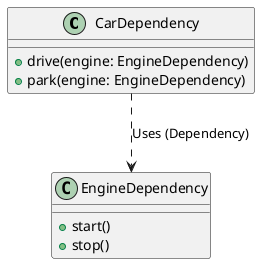
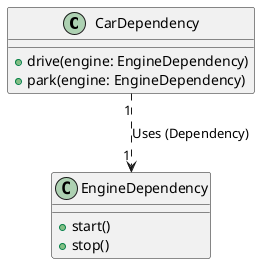
@startuml CarDependencyUML

class CarDependency {
    +drive(engine: EngineDependency)
    +park(engine: EngineDependency)
}

class EngineDependency {
    +start()
    +stop()
}

- CarDependency ..> EngineDependency : Uses (Dependency)
+ CarDependency "1" ..> "1" EngineDependency : Uses (Dependency)

@enduml